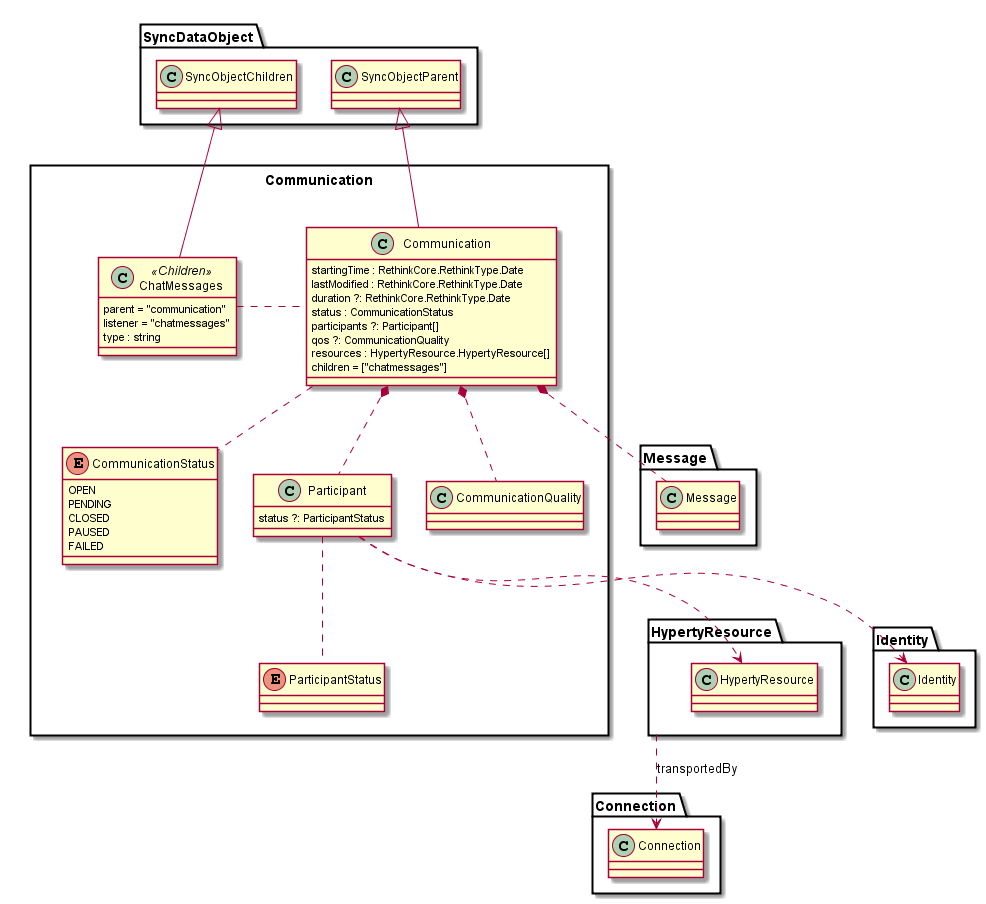
reTHINK-project/dev-service-framework keeps this PlantUML diagram as docs/datamodel/data-objects/communication/Communication-Data-Object-Model.png. Above is the earlier version.
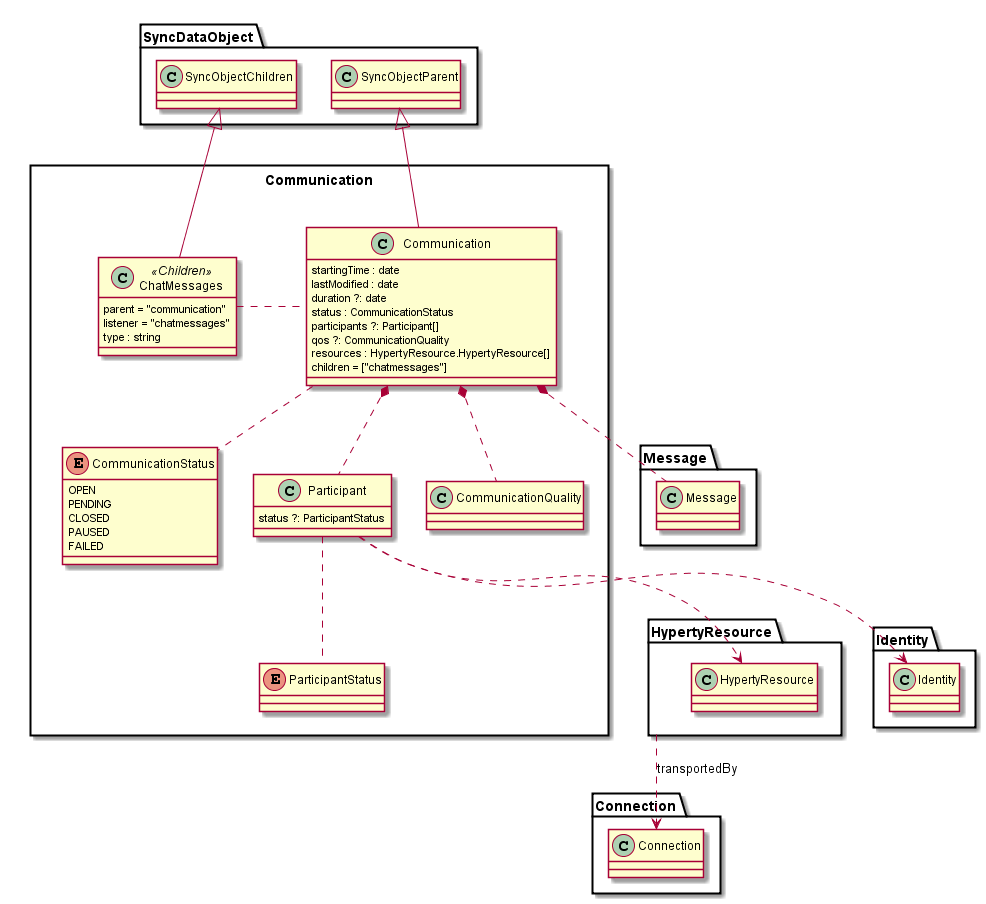
The same diagram one commit later.

Diff of the diagram source:
```diff
@@ -3,9 +3,9 @@
 package Communication <<Rect>> {
 
 	class Communication {
-		startingTime : RethinkCore.RethinkType.Date
-		lastModified : RethinkCore.RethinkType.Date
-		duration ?: RethinkCore.RethinkType.Date
+		startingTime : date
+		lastModified : date
+		duration ?: date
 		status : CommunicationStatus
 		participants ?: Participant[]
 		qos ?: CommunicationQuality
```
